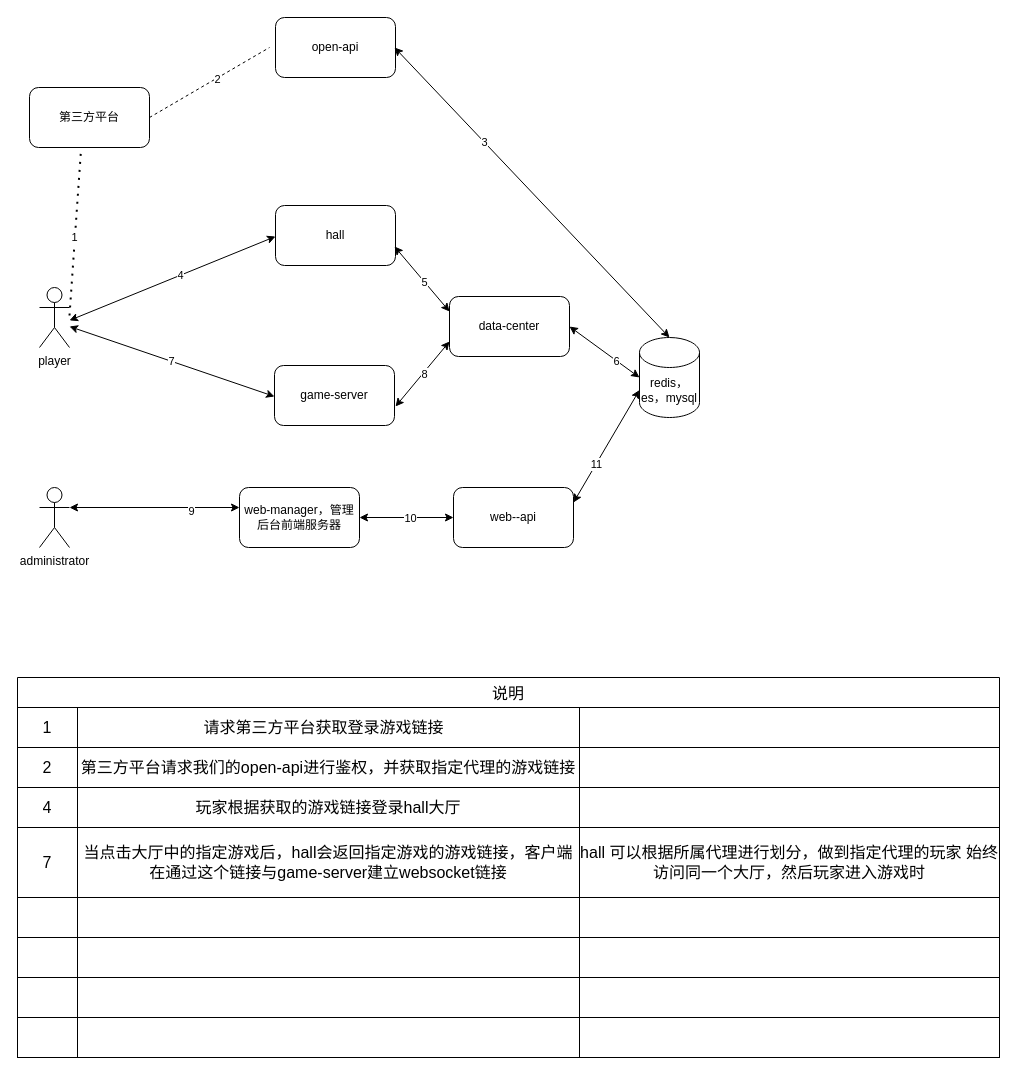
yxh9527/go-game-server keeps this draw.io diagram as doc/系统物理拓扑图.drawio. Above is the earlier version. Source tidied: cells renumbered, new cells numbered last; positions are measured from the earlier drawing's top-left corner, leaving out a move shared by most shapes. Both pictures are drawn from the tidied source at 100%, with x=0, y=0 at pixel (17, 17).
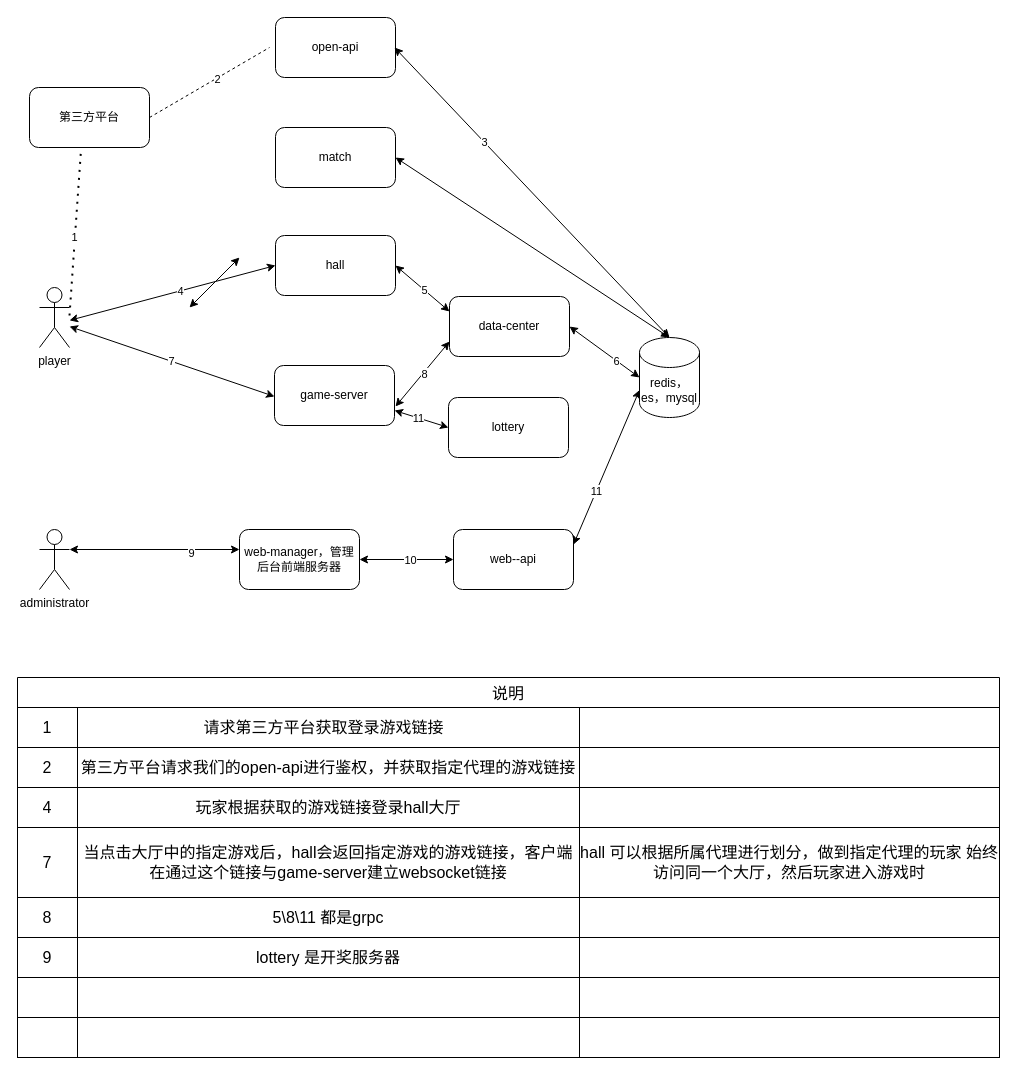
The same page after the edit.

The change refers to these unchanged cells:
```xml
<mxCell id="6" value="game-server" style="rounded=1;whiteSpace=wrap;html=1;roundedPerimeter=1;" parent="1" vertex="1">
  <mxGeometry x="257" y="348" width="120" height="60" as="geometry" />
</mxCell>
<mxCell id="9" value="data-center" style="rounded=1;whiteSpace=wrap;html=1;roundedPerimeter=1;" parent="1" vertex="1">
  <mxGeometry x="432" y="279" width="120" height="60" as="geometry" />
</mxCell>
<mxCell id="10" value="redis，es，mysql" style="shape=cylinder3;whiteSpace=wrap;html=1;boundedLbl=1;backgroundOutline=1;size=15;" parent="1" vertex="1">
  <mxGeometry x="622" y="320" width="60" height="80" as="geometry" />
</mxCell>
<mxCell id="51" style="shape=tableRow;horizontal=0;startSize=0;swimlaneHead=0;swimlaneBody=0;strokeColor=inherit;fillColor=none;fontSize=16;" parent="34" vertex="1">
  <mxGeometry y="220" width="982" height="40" as="geometry" />
</mxCell>
<mxCell id="55" style="shape=tableRow;horizontal=0;startSize=0;swimlaneHead=0;swimlaneBody=0;strokeColor=inherit;fillColor=none;fontSize=16;" parent="34" vertex="1">
  <mxGeometry y="260" width="982" height="40" as="geometry" />
</mxCell>
```

Change to the diagram source:
```diff
@@
     <mxCell id="2" value="hall" style="rounded=1;whiteSpace=wrap;html=1;roundedPerimeter=1;" parent="1" vertex="1">
-      <mxGeometry x="258" y="188" width="120" height="60" as="geometry" />
+      <mxGeometry x="258" y="218" width="120" height="60" as="geometry" />
     </mxCell>
@@
-    <mxCell id="4" style="endArrow=classic;startArrow=classic;html=1;exitX=0;exitY=0.5;exitDx=0;exitDy=0;" parent="1" edge="1">
+    <mxCell id="4" style="endArrow=classic;startArrow=classic;html=1;exitX=0;exitY=0.5;exitDx=0;exitDy=0;" parent="1" edge="1" source="2">
       <mxGeometry relative="1" as="geometry">
-        <mxPoint x="258" y="219" as="sourcePoint" />
         <mxPoint x="52" y="302.9" as="targetPoint" />
       </mxGeometry>
     </mxCell>
@@
-    <mxCell id="11" style="endArrow=classic;startArrow=classic;html=1;entryX=0;entryY=0.25;entryDx=0;entryDy=0;" parent="1" edge="1" target="9">
-      <mxGeometry relative="1" as="geometry">
-        <mxPoint x="377" y="229" as="sourcePoint" />
-      </mxGeometry>
+    <mxCell id="11" style="endArrow=classic;startArrow=classic;html=1;entryX=0;entryY=0.25;entryDx=0;entryDy=0;exitX=1;exitY=0.5;exitDx=0;exitDy=0;" parent="1" edge="1" source="2" target="9">
+      <mxGeometry relative="1" as="geometry" />
     </mxCell>
@@
     <mxCell id="17" value="web-manager，管理后台前端服务器" style="rounded=1;whiteSpace=wrap;html=1;roundedPerimeter=1;" parent="1" vertex="1">
-      <mxGeometry x="222" y="470" width="120" height="60" as="geometry" />
+      <mxGeometry x="222" y="512" width="120" height="60" as="geometry" />
     </mxCell>
     <mxCell id="18" value="administrator" style="shape=umlActor;verticalLabelPosition=bottom;verticalAlign=top;html=1;" parent="1" vertex="1">
-      <mxGeometry x="22" y="470" width="30" height="60" as="geometry" />
+      <mxGeometry x="22" y="512" width="30" height="60" as="geometry" />
     </mxCell>
     <mxCell id="19" style="endArrow=classic;startArrow=classic;html=1;" parent="1" edge="1">
       <mxGeometry relative="1" as="geometry">
-        <mxPoint x="52" y="490" as="sourcePoint" />
-        <mxPoint x="222" y="490" as="targetPoint" />
+        <mxPoint x="52" y="532" as="sourcePoint" />
+        <mxPoint x="222" y="532" as="targetPoint" />
       </mxGeometry>
     </mxCell>
@@
     <mxCell id="21" value="web--api" style="rounded=1;whiteSpace=wrap;html=1;roundedPerimeter=1;" parent="1" vertex="1">
-      <mxGeometry x="436" y="470" width="120" height="60" as="geometry" />
+      <mxGeometry x="436" y="512" width="120" height="60" as="geometry" />
     </mxCell>
@@
-    <mxCell id="52" style="shape=partialRectangle;html=1;whiteSpace=wrap;strokeColor=inherit;overflow=hidden;fillColor=none;fontSize=16;" parent="51" vertex="1">
+    <mxCell id="52" value="8" style="shape=partialRectangle;html=1;whiteSpace=wrap;strokeColor=inherit;overflow=hidden;fillColor=none;fontSize=16;" parent="51" vertex="1">
       <mxGeometry width="60" height="40" as="geometry" />
     </mxCell>
-    <mxCell id="53" style="shape=partialRectangle;html=1;whiteSpace=wrap;strokeColor=inherit;overflow=hidden;fillColor=none;fontSize=16;" parent="51" vertex="1">
+    <mxCell id="53" value="5\8\11 都是grpc" style="shape=partialRectangle;html=1;whiteSpace=wrap;strokeColor=inherit;overflow=hidden;fillColor=none;fontSize=16;" parent="51" vertex="1">
       <mxGeometry x="60" width="502" height="40" as="geometry" />
     </mxCell>
@@
-    <mxCell id="56" style="shape=partialRectangle;html=1;whiteSpace=wrap;strokeColor=inherit;overflow=hidden;fillColor=none;fontSize=16;" parent="55" vertex="1">
+    <mxCell id="56" value="9" style="shape=partialRectangle;html=1;whiteSpace=wrap;strokeColor=inherit;overflow=hidden;fillColor=none;fontSize=16;" parent="55" vertex="1">
       <mxGeometry width="60" height="40" as="geometry" />
     </mxCell>
-    <mxCell id="57" style="shape=partialRectangle;html=1;whiteSpace=wrap;strokeColor=inherit;overflow=hidden;fillColor=none;fontSize=16;" parent="55" vertex="1">
+    <mxCell id="57" value="lottery 是开奖服务器" style="shape=partialRectangle;html=1;whiteSpace=wrap;strokeColor=inherit;overflow=hidden;fillColor=none;fontSize=16;" parent="55" vertex="1">
       <mxGeometry x="60" width="502" height="40" as="geometry" />
     </mxCell>
@@
+    <mxCell id="67" value="match" style="rounded=1;whiteSpace=wrap;html=1;roundedPerimeter=1;" parent="1" vertex="1">
+      <mxGeometry x="258" y="110" width="120" height="60" as="geometry" />
+    </mxCell>
+    <mxCell id="68" style="endArrow=classic;startArrow=classic;html=1;entryX=0.5;entryY=0;entryDx=0;entryDy=0;entryPerimeter=0;" parent="1" edge="1" target="10">
+      <mxGeometry relative="1" as="geometry">
+        <mxPoint x="378" y="140" as="sourcePoint" />
+      </mxGeometry>
+    </mxCell>
+    <mxCell id="69" value="lottery" style="rounded=1;whiteSpace=wrap;html=1;roundedPerimeter=1;" parent="1" vertex="1">
+      <mxGeometry x="431" y="380" width="120" height="60" as="geometry" />
+    </mxCell>
+    <mxCell id="70" style="endArrow=classic;startArrow=classic;html=1;" parent="1" edge="1">
+      <mxGeometry relative="1" as="geometry">
+        <mxPoint x="172" y="290" as="sourcePoint" />
+        <mxPoint x="222" y="240" as="targetPoint" />
+      </mxGeometry>
+    </mxCell>
+    <mxCell id="71" style="endArrow=classic;startArrow=classic;html=1;entryX=0;entryY=0.5;entryDx=0;entryDy=0;exitX=1;exitY=0.75;exitDx=0;exitDy=0;" parent="1" edge="1" source="6" target="69">
+      <mxGeometry relative="1" as="geometry" />
+    </mxCell>
+    <mxCell id="72" value="11" style="edgeLabel;html=1;align=center;verticalAlign=middle;" parent="71" vertex="1">
+      <mxGeometry x="-0.11" relative="1" as="geometry" />
+    </mxCell>
```
